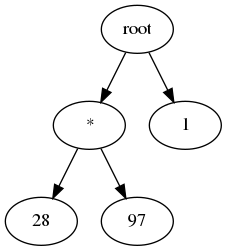
uberpup/industrial-programming-course keeps this Graphviz diagram as Derivator/out_initial.dot.png. Above is the earlier version. Its source is kept beside it as Derivator/out_initial.dot.
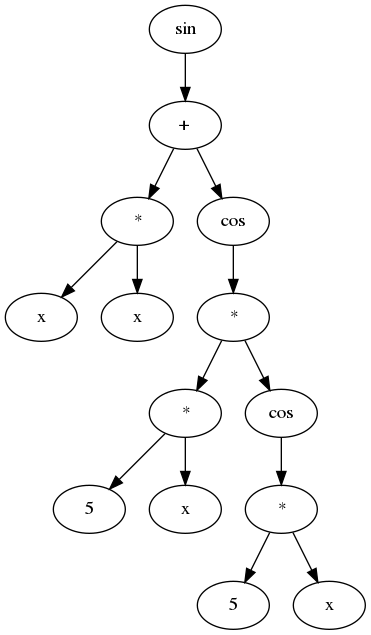
The same file after the commit.

Change to the diagram source:
```diff
@@ -1,24 +1,30 @@
 digraph G {
-node94193602631440 [label = root];
-node94193602631248 [label = "+"]
-node94193602631440 -> node94193602631248;
-node94193602630864 [label = "*"]
-node94193602631248 -> node94193602630864;
-node94193602630672 [label = "*"]
-node94193602630864 -> node94193602630672;
-node94193602630480 [label = "2"]
-node94193602630672 -> node94193602630480;
-node94193602630576 [label = "2"]
-node94193602630672 -> node94193602630576;
-node94193602630768 [label = "2"]
-node94193602630864 -> node94193602630768;
-node94193602631152 [label = "*"]
-node94193602631248 -> node94193602631152;
-node94193602630960 [label = "1"]
-node94193602631152 -> node94193602630960;
-node94193602631056 [label = "7"]
-node94193602631152 -> node94193602631056;
-node94193602631344 [label = "1"]
-node94193602631440 -> node94193602631344;
+node94819019495664 [label = "sin"];
+node94819019495568 [label = "+"]
+node94819019495664 -> node94819019495568;
+node94819019494608 [label = "*"]
+node94819019495568 -> node94819019494608;
+node94819019494416 [label = "x"]
+node94819019494608 -> node94819019494416;
+node94819019494512 [label = "x"]
+node94819019494608 -> node94819019494512;
+node94819019495472 [label = "cos"]
+node94819019495568 -> node94819019495472;
+node94819019495376 [label = "*"]
+node94819019495472 -> node94819019495376;
+node94819019494896 [label = "*"]
+node94819019495376 -> node94819019494896;
+node94819019494704 [label = "5"]
+node94819019494896 -> node94819019494704;
+node94819019494800 [label = "x"]
+node94819019494896 -> node94819019494800;
+node94819019495280 [label = "cos"]
+node94819019495376 -> node94819019495280;
+node94819019495184 [label = "*"]
+node94819019495280 -> node94819019495184;
+node94819019494992 [label = "5"]
+node94819019495184 -> node94819019494992;
+node94819019495088 [label = "x"]
+node94819019495184 -> node94819019495088;
 
 }
```
